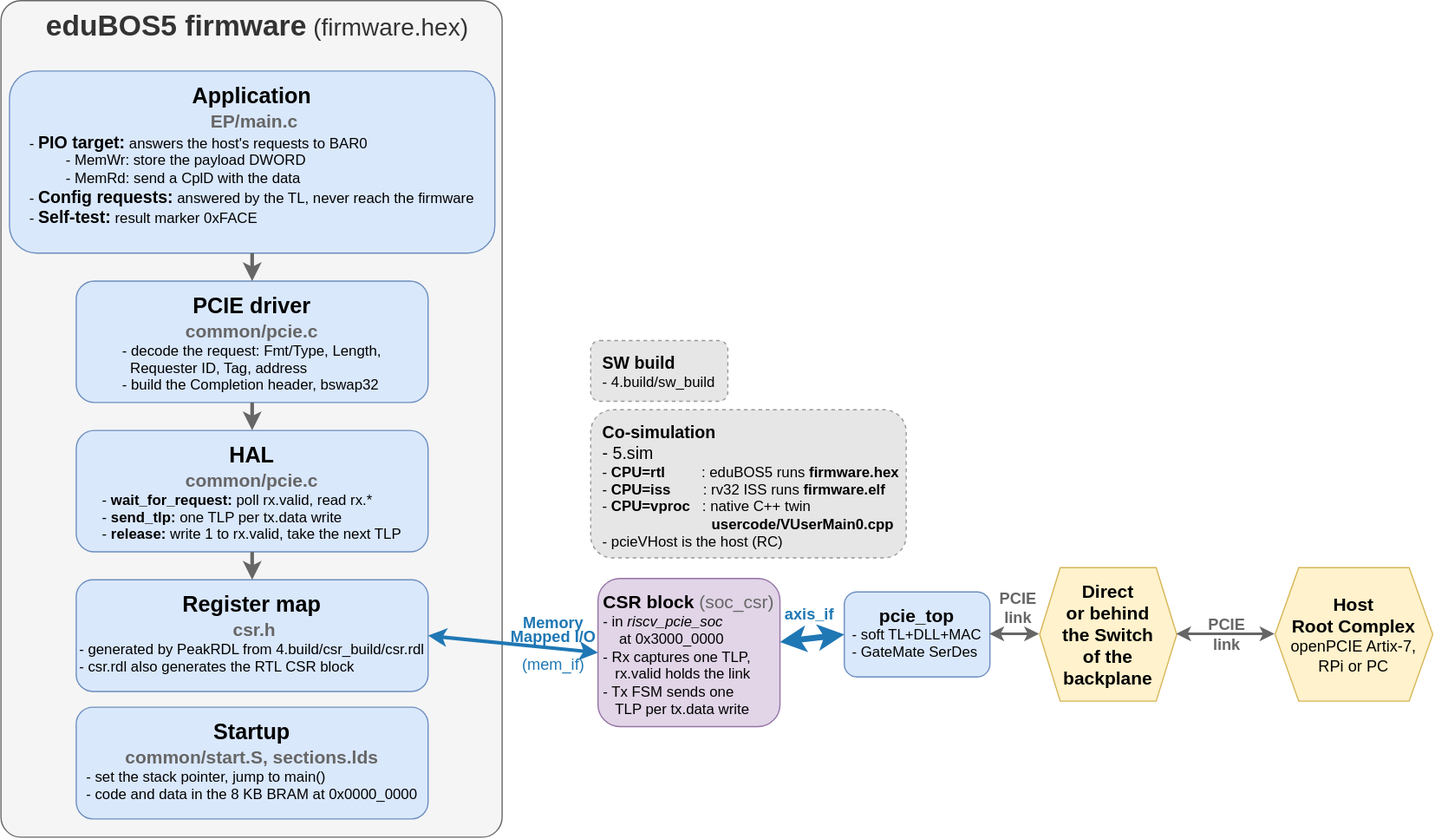
This is 0.doc/3.sw/sw-structure.drawio.svg from chili-chips-ba/openCologne-PCIE, a draw.io export, as it was before one commit. Source tidied: cells renumbered, new cells last; positions are measured from the earlier drawing's top-left corner, leaving out a move shared by most shapes.
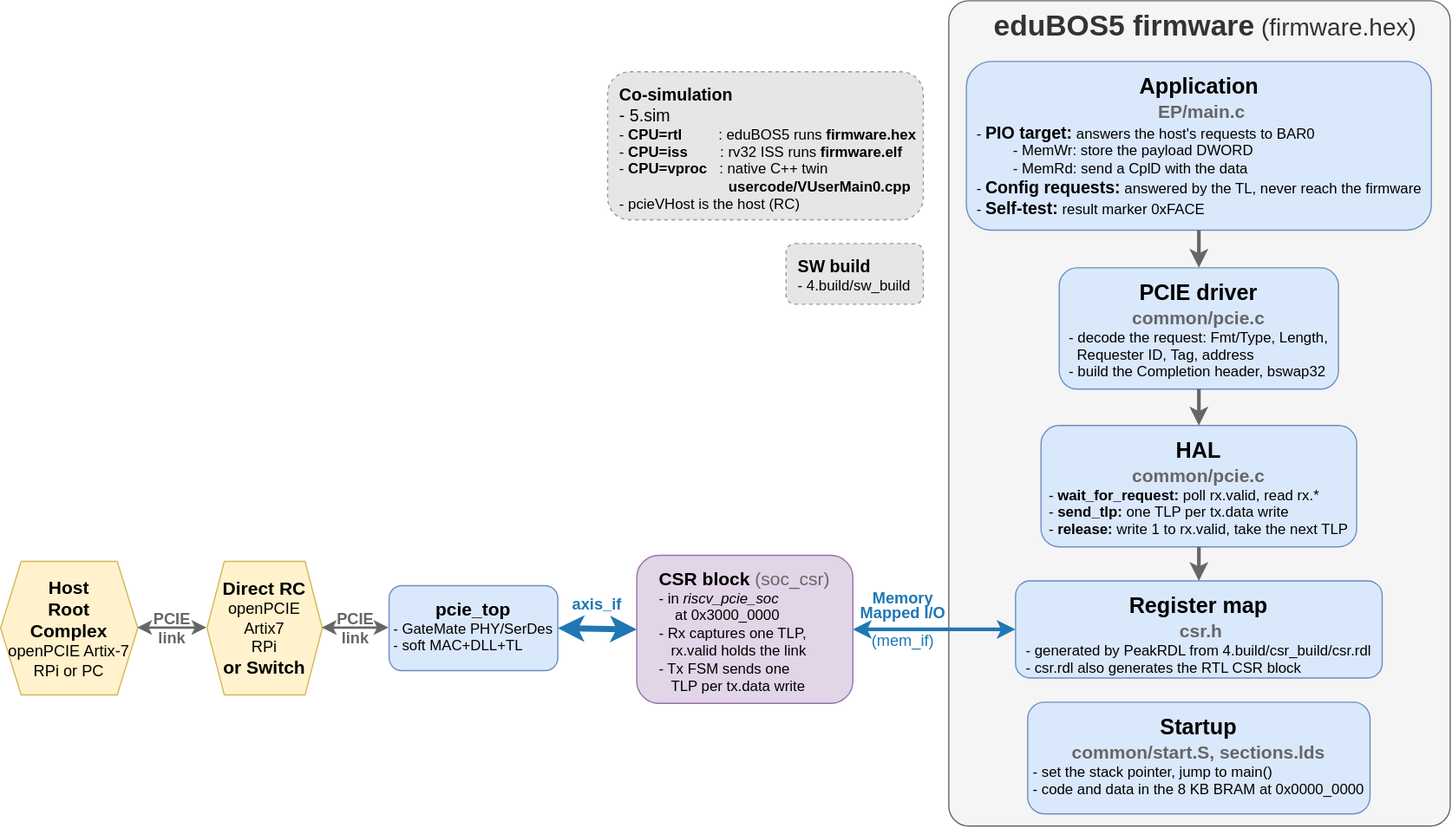
After the change.

The edit, as a diff of the source:
```diff
@@ -3,22 +3,22 @@
     <mxCell id="0" />
     <mxCell id="1" parent="0" />
     <mxCell id="2" value="&lt;div&gt;&lt;font style=&quot;background-color: transparent; color: rgb(51, 51, 51); font-size: 24px;&quot;&gt;eduBOS5 firmware&lt;/font&gt;&lt;font style=&quot;background-color: transparent; font-size: 20px; color: rgb(51, 51, 51);&quot;&gt; &lt;span style=&quot;font-weight: normal;&quot;&gt;(firmware.hex)&lt;/span&gt;&lt;/font&gt;&lt;/div&gt;" style="rounded=1;arcSize=4;whiteSpace=wrap;html=1;fillColor=#f5f5f5;strokeColor=#666666;fontStyle=1;verticalAlign=top;align=center;spacingLeft=10;" parent="1" vertex="1">
-      <mxGeometry width="413" height="689" as="geometry" />
+      <mxGeometry x="781" y="9" width="413" height="680" as="geometry" />
     </mxCell>
     <mxCell id="3" value="&lt;b&gt;&lt;font style=&quot;font-size: 18px;&quot;&gt;Application&lt;/font&gt;&lt;/b&gt;&lt;div&gt;&lt;b&gt;&lt;font style=&quot;font-size: 15px; color: rgb(102, 102, 102);&quot;&gt;&amp;nbsp;EP/main.c&lt;/font&gt;&lt;/b&gt;&lt;div style=&quot;text-align: left;&quot;&gt;- &lt;font style=&quot;font-size: 14px;&quot;&gt;&lt;b style=&quot;&quot;&gt;PIO target:&lt;/b&gt;&lt;/font&gt; answers the host's requests to BAR0&lt;/div&gt;&lt;div style=&quot;text-align: left;&quot;&gt;&amp;nbsp; &amp;nbsp; &amp;nbsp; &amp;nbsp; &amp;nbsp;- MemWr: store the payload DWORD&lt;/div&gt;&lt;div style=&quot;text-align: left;&quot;&gt;&amp;nbsp; &amp;nbsp; &amp;nbsp; &amp;nbsp; &amp;nbsp;- MemRd: send a CplD with the data&lt;/div&gt;&lt;div style=&quot;text-align: left;&quot;&gt;- &lt;b&gt;&lt;font style=&quot;font-size: 14px;&quot;&gt;Config requests:&lt;/font&gt;&lt;/b&gt; answered by the TL, never reach the firmware&lt;br&gt;- &lt;b&gt;&lt;font style=&quot;font-size: 14px;&quot;&gt;Self-test:&lt;/font&gt;&lt;/b&gt; result marker 0xFACE&lt;/div&gt;&lt;/div&gt;" style="rounded=1;whiteSpace=wrap;html=1;fillColor=#dae8fc;strokeColor=#6c8ebf;align=center;verticalAlign=top;spacingTop=4;" parent="1" vertex="1">
-      <mxGeometry x="7" y="58" width="400" height="150" as="geometry" />
+      <mxGeometry x="795.5" y="59" width="383" height="139" as="geometry" />
     </mxCell>
     <mxCell id="4" value="&lt;b&gt;&lt;font style=&quot;font-size: 18px;&quot;&gt;PCIE driver&lt;/font&gt;&lt;/b&gt;&lt;div&gt;&lt;b&gt;&lt;font style=&quot;font-size: 15px; color: rgb(102, 102, 102);&quot;&gt;common/pcie.c&lt;/font&gt;&lt;/b&gt;&lt;div style=&quot;text-align: left;&quot;&gt;- decode the request: Fmt/Type, Length,&lt;br&gt;&amp;nbsp; Requester ID, Tag, address&lt;br&gt;- build the Completion header, bswap32&lt;/div&gt;&lt;/div&gt;" style="rounded=1;whiteSpace=wrap;html=1;fillColor=#dae8fc;strokeColor=#6c8ebf;align=center;verticalAlign=top;spacingTop=4;" parent="1" vertex="1">
-      <mxGeometry x="62" y="231" width="290" height="100" as="geometry" />
+      <mxGeometry x="872" y="229" width="230" height="100" as="geometry" />
     </mxCell>
     <mxCell id="5" value="&lt;b&gt;&lt;font style=&quot;font-size: 18px;&quot;&gt;HAL&lt;/font&gt;&lt;/b&gt;&lt;div&gt;&lt;b&gt;&lt;font style=&quot;font-size: 15px; color: rgb(102, 102, 102);&quot;&gt;common/pcie.c&lt;/font&gt;&lt;/b&gt;&lt;div style=&quot;text-align: left;&quot;&gt;- &lt;b&gt;wait_for_request:&lt;/b&gt; poll rx.valid, read rx.*&lt;br&gt;- &lt;b&gt;send_tlp:&lt;/b&gt; one TLP per tx.data write&lt;/div&gt;&lt;div style=&quot;text-align: left;&quot;&gt;- &lt;b&gt;release:&lt;/b&gt; write 1 to rx.valid, take the next TLP&lt;/div&gt;&lt;/div&gt;" style="rounded=1;whiteSpace=wrap;html=1;fillColor=#dae8fc;strokeColor=#6c8ebf;align=center;verticalAlign=top;spacingTop=4;" parent="1" vertex="1">
-      <mxGeometry x="62" y="354" width="290" height="100" as="geometry" />
+      <mxGeometry x="857" y="359" width="260" height="100" as="geometry" />
     </mxCell>
     <mxCell id="6" value="&lt;b&gt;&lt;font style=&quot;font-size: 18px;&quot;&gt;Register map&lt;/font&gt;&lt;/b&gt;&lt;div&gt;&lt;b&gt;&lt;font style=&quot;font-size: 15px;&quot;&gt;&amp;nbsp;&lt;span style=&quot;color: rgb(102, 102, 102);&quot;&gt;csr.h&lt;/span&gt;&lt;/font&gt;&lt;/b&gt;&lt;div style=&quot;text-align: left;&quot;&gt;- generated by PeakRDL from 4.build/csr_build/csr.rdl&lt;br&gt;- csr.rdl also generates the RTL CSR block&lt;/div&gt;&lt;/div&gt;" style="rounded=1;whiteSpace=wrap;html=1;fillColor=#dae8fc;strokeColor=#6c8ebf;align=center;verticalAlign=top;spacingTop=4;" parent="1" vertex="1">
-      <mxGeometry x="62" y="477" width="290" height="92" as="geometry" />
+      <mxGeometry x="836" y="487" width="302" height="80" as="geometry" />
     </mxCell>
     <mxCell id="7" value="&lt;b&gt;&lt;font style=&quot;font-size: 18px;&quot;&gt;Startup&lt;/font&gt;&lt;/b&gt;&lt;div&gt;&lt;b&gt;&lt;font style=&quot;font-size: 15px; color: rgb(102, 102, 102);&quot;&gt;common/start.S, sections.lds&lt;/font&gt;&lt;/b&gt;&lt;div style=&quot;text-align: left;&quot;&gt;- set the stack pointer, jump to main()&lt;br&gt;- code and data in the 8 KB BRAM at 0x0000_0000&lt;/div&gt;&lt;/div&gt;" style="rounded=1;whiteSpace=wrap;html=1;fillColor=#dae8fc;strokeColor=#6c8ebf;align=center;verticalAlign=top;spacingTop=4;" parent="1" vertex="1">
-      <mxGeometry x="62" y="582" width="290" height="92" as="geometry" />
+      <mxGeometry x="846" y="587" width="282" height="92" as="geometry" />
     </mxCell>
     <mxCell id="8" style="endArrow=classic;html=1;strokeWidth=3;strokeColor=#666666;fontColor=#666666;labelBackgroundColor=none;fontStyle=1;fontSize=13;" parent="1" edge="1" source="3" target="4">
       <mxGeometry relative="1" as="geometry" />
@@ -30,33 +30,33 @@
       <mxGeometry relative="1" as="geometry" />
     </mxCell>
     <mxCell id="11" value="&lt;font style=&quot;font-size: 15px;&quot;&gt;&lt;b&gt;CSR block &lt;/b&gt;&lt;span style=&quot;color: rgb(102, 102, 102);&quot;&gt;(soc_csr)&lt;/span&gt;&lt;/font&gt;&lt;div style=&quot;text-align: left;&quot;&gt;- in &lt;i&gt;riscv_pcie_soc&lt;/i&gt;&lt;/div&gt;&lt;div style=&quot;text-align: left;&quot;&gt;&amp;nbsp; &amp;nbsp; at 0x3000_0000&lt;br&gt;- Rx captures one TLP,&lt;/div&gt;&lt;div style=&quot;text-align: left;&quot;&gt;&amp;nbsp; &amp;nbsp;rx.valid holds the link&lt;br&gt;- Tx FSM sends one&lt;/div&gt;&lt;div style=&quot;text-align: left;&quot;&gt;&amp;nbsp; &amp;nbsp;TLP per tx.data write&lt;/div&gt;" style="rounded=1;whiteSpace=wrap;html=1;fillColor=#e1d5e7;strokeColor=#9673a6;align=center;verticalAlign=top;spacingTop=4;" parent="1" vertex="1">
-      <mxGeometry x="492" y="476" width="150" height="122" as="geometry" />
+      <mxGeometry x="524" y="466" width="178" height="122" as="geometry" />
     </mxCell>
-    <mxCell id="12" value="&lt;b&gt;&lt;font style=&quot;font-size: 15px;&quot;&gt;pcie_top&lt;/font&gt;&lt;/b&gt;&lt;div style=&quot;text-align: left;&quot;&gt;- soft TL+DLL+MAC&lt;br&gt;- GateMate SerDes&lt;/div&gt;" style="rounded=1;whiteSpace=wrap;html=1;fillColor=#dae8fc;strokeColor=#6c8ebf;align=center;verticalAlign=top;spacingTop=4;" parent="1" vertex="1">
-      <mxGeometry x="695" y="487" width="120" height="70" as="geometry" />
+    <mxCell id="12" value="&lt;b&gt;&lt;font style=&quot;font-size: 15px;&quot;&gt;pcie_top&lt;/font&gt;&lt;/b&gt;&lt;div style=&quot;text-align: left;&quot;&gt;- GateMate PHY/SerDes&lt;/div&gt;&lt;div style=&quot;text-align: left;&quot;&gt;- soft MAC+DLL+TL&lt;br&gt;&lt;/div&gt;" style="rounded=1;whiteSpace=wrap;html=1;fillColor=#dae8fc;strokeColor=#6c8ebf;align=center;verticalAlign=top;spacingTop=4;" parent="1" vertex="1">
+      <mxGeometry x="320" y="491" width="139" height="70" as="geometry" />
     </mxCell>
-    <mxCell id="13" value="&lt;div&gt;&lt;b style=&quot;background-color: transparent; color: light-dark(rgb(0, 0, 0), rgb(255, 255, 255));&quot;&gt;&lt;font style=&quot;font-size: 15px;&quot;&gt;Direct&lt;/font&gt;&lt;/b&gt;&lt;/div&gt;&lt;div&gt;&lt;b style=&quot;background-color: transparent; color: light-dark(rgb(0, 0, 0), rgb(255, 255, 255));&quot;&gt;&lt;font style=&quot;font-size: 15px;&quot;&gt;or behind&lt;/font&gt;&lt;/b&gt;&lt;/div&gt;&lt;div&gt;&lt;b style=&quot;background-color: transparent; color: light-dark(rgb(0, 0, 0), rgb(255, 255, 255));&quot;&gt;&lt;font style=&quot;font-size: 15px;&quot;&gt;the Switch&lt;/font&gt;&lt;/b&gt;&lt;/div&gt;&lt;div&gt;&lt;b style=&quot;background-color: transparent; color: light-dark(rgb(0, 0, 0), rgb(255, 255, 255));&quot;&gt;&lt;font style=&quot;font-size: 15px;&quot;&gt;of the backplane&lt;/font&gt;&lt;/b&gt;&lt;/div&gt;" style="shape=hexagon;perimeter=hexagonPerimeter2;size=0.15;whiteSpace=wrap;html=1;fillColor=#fff2cc;strokeColor=#d6b656;points=[[0,0.25,1,0,0],[0,0.5,1,0,0],[0,0.75,1,0,0],[0.375,0,1,0,0],[0.375,1,1,0,0],[0.5,0,1,0,0],[0.5,1,1,0,0],[0.625,0,1,0,0],[0.858407,0,0,0,0],[0.858407,1,0,0,0],[0.938053,0.281818,0,0,0],[1,0.75,1,0,0]];" parent="1" vertex="1">
-      <mxGeometry x="856" y="467" width="113" height="110" as="geometry" />
+    <mxCell id="13" value="&lt;div&gt;&lt;b style=&quot;background-color: transparent; color: light-dark(rgb(0, 0, 0), rgb(255, 255, 255));&quot;&gt;&lt;font style=&quot;font-size: 15px;&quot;&gt;Direct RC&lt;/font&gt;&lt;/b&gt;&lt;/div&gt;&lt;div&gt;&lt;div&gt;&lt;font style=&quot;font-size: 13px;&quot;&gt;openPCIE Artix7&lt;/font&gt;&lt;/div&gt;&lt;div&gt;&lt;font style=&quot;font-size: 13px;&quot;&gt;RPi&lt;/font&gt;&lt;/div&gt;&lt;/div&gt;&lt;div&gt;&lt;b style=&quot;background-color: transparent; color: light-dark(rgb(0, 0, 0), rgb(255, 255, 255));&quot;&gt;&lt;font style=&quot;font-size: 15px;&quot;&gt;or&amp;nbsp;&lt;/font&gt;&lt;/b&gt;&lt;b style=&quot;background-color: transparent; color: light-dark(rgb(0, 0, 0), rgb(255, 255, 255));&quot;&gt;&lt;font style=&quot;font-size: 15px;&quot;&gt;Switch&lt;/font&gt;&lt;/b&gt;&lt;/div&gt;" style="shape=hexagon;perimeter=hexagonPerimeter2;size=0.15;whiteSpace=wrap;html=1;fillColor=#fff2cc;strokeColor=#d6b656;points=[[0,0.25,1,0,0],[0,0.5,1,0,0],[0,0.75,1,0,0],[0.375,0,1,0,0],[0.375,1,1,0,0],[0.5,0,1,0,0],[0.5,1,1,0,0],[0.625,0,1,0,0],[0.858407,0,0,0,0],[0.858407,1,0,0,0],[0.938053,0.281818,0,0,0],[1,0.75,1,0,0]];" parent="1" vertex="1">
+      <mxGeometry x="170" y="471" width="95" height="110" as="geometry" />
     </mxCell>
-    <mxCell id="14" value="&lt;div style=&quot;line-height: 90%;&quot;&gt;Memory&lt;div&gt;Mapped I/O&lt;div&gt;&lt;font style=&quot;font-size: 7px; line-height: 90%;&quot;&gt;&amp;nbsp; &amp;nbsp;&lt;/font&gt;&lt;br&gt;&lt;div&gt;&lt;span style=&quot;font-weight: normal;&quot;&gt;(mem_if)&lt;/span&gt;&lt;/div&gt;&lt;/div&gt;&lt;/div&gt;&lt;/div&gt;" style="endArrow=classic;html=1;strokeWidth=3;strokeColor=#1f77b4;fontColor=#1f77b4;labelBackgroundColor=none;fontStyle=1;fontSize=13;startArrow=classic;entryX=0;entryY=0.5;entryDx=0;entryDy=0;exitX=1;exitY=0.5;exitDx=0;exitDy=0;" parent="1" edge="1" source="6" target="11">
-      <mxGeometry x="0.46" y="3" relative="1" as="geometry" />
+    <mxCell id="14" value="&lt;div style=&quot;line-height: 90%;&quot;&gt;Memory&lt;div&gt;Mapped I/O&lt;div&gt;&lt;font style=&quot;font-size: 7px; line-height: 90%;&quot;&gt;&amp;nbsp; &amp;nbsp;&lt;/font&gt;&lt;br&gt;&lt;div&gt;&lt;span style=&quot;font-weight: normal;&quot;&gt;(mem_if)&lt;/span&gt;&lt;/div&gt;&lt;/div&gt;&lt;/div&gt;&lt;/div&gt;" style="endArrow=classic;html=1;strokeWidth=3;strokeColor=#1f77b4;fontColor=#1f77b4;labelBackgroundColor=none;fontStyle=1;fontSize=13;startArrow=classic;entryX=1;entryY=0.5;entryDx=0;entryDy=0;exitX=0;exitY=0.5;exitDx=0;exitDy=0;" parent="1" edge="1" source="6" target="11">
+      <mxGeometry x="0.39" y="-8" relative="1" as="geometry" />
     </mxCell>
-    <mxCell id="15" value="axis_if" style="endArrow=classic;html=1;strokeWidth=5;strokeColor=#1f77b4;fontColor=#1f77b4;labelBackgroundColor=none;fontStyle=1;fontSize=13;startArrow=classic;entryX=0;entryY=0.5;entryDx=0;entryDy=0;" parent="1" edge="1" source="11" target="12">
-      <mxGeometry y="20" relative="1" as="geometry" />
+    <mxCell id="15" value="axis_if" style="endArrow=classic;html=1;strokeWidth=5;strokeColor=#1f77b4;fontColor=#1f77b4;labelBackgroundColor=none;fontStyle=1;fontSize=13;startArrow=classic;entryX=1;entryY=0.5;entryDx=0;entryDy=0;exitX=0;exitY=0.5;exitDx=0;exitDy=0;" parent="1" edge="1" source="11" target="12">
+      <mxGeometry y="-20" relative="1" as="geometry" />
     </mxCell>
-    <mxCell id="16" value="PCIE&lt;div&gt;link&lt;/div&gt;" style="endArrow=classic;html=1;strokeWidth=2;strokeColor=#666666;fontColor=#666666;labelBackgroundColor=none;fontStyle=1;fontSize=13;startArrow=classic;exitX=1;exitY=0.5;exitDx=0;exitDy=0;entryX=0;entryY=0.5;entryDx=0;entryDy=0;" parent="1" edge="1" source="12" target="13">
-      <mxGeometry x="0.11" y="22" relative="1" as="geometry" />
+    <mxCell id="16" value="PCIE&lt;div&gt;link&lt;/div&gt;" style="endArrow=classic;html=1;strokeWidth=2;strokeColor=#666666;fontColor=#666666;labelBackgroundColor=none;fontStyle=1;fontSize=13;startArrow=classic;exitX=0;exitY=0.5;exitDx=0;exitDy=0;entryX=1;entryY=0.5;entryDx=0;entryDy=0;" parent="1" edge="1" source="12" target="13">
+      <mxGeometry relative="1" as="geometry" />
     </mxCell>
     <mxCell id="17" value="&lt;b&gt;&lt;font style=&quot;font-size: 14px;&quot;&gt;Co-simulation&lt;/font&gt;&lt;/b&gt;&lt;div&gt;&lt;span style=&quot;font-size: 14px;&quot;&gt;- 5.sim&lt;br&gt;&lt;/span&gt;&lt;div style=&quot;text-align: left;&quot;&gt;- &lt;b&gt;CPU=rtl&amp;nbsp; &amp;nbsp; &amp;nbsp; &amp;nbsp; &amp;nbsp;&lt;/b&gt;: eduBOS5 runs &lt;b&gt;firmware.hex&lt;/b&gt;&lt;br&gt;- &lt;b&gt;CPU=iss&amp;nbsp; &amp;nbsp; &amp;nbsp; &amp;nbsp;&amp;nbsp;&lt;/b&gt;: rv32 ISS runs &lt;b&gt;firmware.elf&lt;/b&gt;&lt;br&gt;- &lt;b&gt;CPU=vproc&amp;nbsp; &amp;nbsp;&lt;/b&gt;: native C++&amp;nbsp;&lt;span style=&quot;background-color: transparent; color: light-dark(rgb(0, 0, 0), rgb(255, 255, 255));&quot;&gt;twin&lt;/span&gt;&lt;/div&gt;&lt;div style=&quot;text-align: left;&quot;&gt;&lt;span style=&quot;background-color: transparent; color: light-dark(rgb(0, 0, 0), rgb(255, 255, 255));&quot;&gt;&amp;nbsp; &amp;nbsp; &amp;nbsp; &amp;nbsp; &amp;nbsp; &amp;nbsp; &amp;nbsp; &amp;nbsp; &amp;nbsp; &amp;nbsp; &amp;nbsp; &amp;nbsp; &amp;nbsp; &amp;nbsp;&lt;b&gt;usercode/VUserMain0.cpp&lt;/b&gt;&lt;/span&gt;&lt;/div&gt;&lt;div style=&quot;text-align: left;&quot;&gt;- pcieVHost is the host (RC)&lt;/div&gt;&lt;/div&gt;" style="rounded=1;whiteSpace=wrap;html=1;fillColor=#E6E6E6;strokeColor=#999999;dashed=1;align=left;verticalAlign=top;spacingLeft=8;spacingTop=4;" parent="1" vertex="1">
-      <mxGeometry x="486" y="337" width="260" height="122" as="geometry" />
+      <mxGeometry x="500" y="67.5" width="260" height="122" as="geometry" />
     </mxCell>
     <mxCell id="18" value="&lt;b&gt;&lt;font style=&quot;font-size: 14px;&quot;&gt;SW build&lt;/font&gt;&lt;/b&gt;&lt;div style=&quot;text-align: left;&quot;&gt;-&amp;nbsp;&lt;span style=&quot;background-color: transparent; color: light-dark(rgb(0, 0, 0), rgb(255, 255, 255));&quot;&gt;4.build/sw_build&lt;/span&gt;&lt;/div&gt;" style="rounded=1;whiteSpace=wrap;html=1;fillColor=#E6E6E6;strokeColor=#999999;dashed=1;align=left;verticalAlign=top;spacingLeft=8;spacingTop=4;" parent="1" vertex="1">
-      <mxGeometry x="486" y="280" width="113" height="50" as="geometry" />
+      <mxGeometry x="647" y="209" width="113" height="50" as="geometry" />
     </mxCell>
-    <mxCell id="19" value="&lt;div&gt;&lt;b&gt;&lt;font style=&quot;font-size: 15px;&quot;&gt;Host&lt;/font&gt;&lt;/b&gt;&lt;/div&gt;&lt;div&gt;&lt;b&gt;&lt;font style=&quot;font-size: 15px;&quot;&gt;Root Complex&lt;/font&gt;&lt;/b&gt;&lt;/div&gt;&lt;div&gt;&lt;font style=&quot;font-size: 13px;&quot;&gt;openPCIE Artix-7,&lt;/font&gt;&lt;/div&gt;&lt;div&gt;&lt;font style=&quot;font-size: 13px;&quot;&gt;RPi or PC&lt;/font&gt;&lt;/div&gt;" style="shape=hexagon;perimeter=hexagonPerimeter2;size=0.15;whiteSpace=wrap;html=1;fillColor=#fff2cc;strokeColor=#d6b656;points=[[0,0.25,1,0,0],[0,0.5,1,0,0],[0,0.75,1,0,0],[0.375,0,1,0,0],[0.375,1,1,0,0],[0.5,0,1,0,0],[0.5,1,1,0,0],[0.625,0,1,0,0],[0.858407,0,0,0,0],[0.858407,1,0,0,0],[0.938053,0.281818,0,0,0],[1,0.75,1,0,0]];" parent="1" vertex="1">
-      <mxGeometry x="1050" y="467" width="130" height="110" as="geometry" />
+    <mxCell id="19" value="&lt;div&gt;&lt;b&gt;&lt;font style=&quot;font-size: 15px;&quot;&gt;Host&lt;/font&gt;&lt;/b&gt;&lt;/div&gt;&lt;div&gt;&lt;b&gt;&lt;font style=&quot;font-size: 15px;&quot;&gt;Root&lt;/font&gt;&lt;/b&gt;&lt;/div&gt;&lt;div&gt;&lt;b&gt;&lt;font style=&quot;font-size: 15px;&quot;&gt;Complex&lt;/font&gt;&lt;/b&gt;&lt;/div&gt;&lt;div&gt;&lt;font style=&quot;font-size: 13px;&quot;&gt;openPCIE Artix-7&lt;/font&gt;&lt;/div&gt;&lt;div&gt;&lt;font style=&quot;font-size: 13px;&quot;&gt;RPi or PC&lt;/font&gt;&lt;/div&gt;" style="shape=hexagon;perimeter=hexagonPerimeter2;size=0.15;whiteSpace=wrap;html=1;fillColor=#fff2cc;strokeColor=#d6b656;points=[[0,0.25,1,0,0],[0,0.5,1,0,0],[0,0.75,1,0,0],[0.375,0,1,0,0],[0.375,1,1,0,0],[0.5,0,1,0,0],[0.5,1,1,0,0],[0.625,0,1,0,0],[0.858407,0,0,0,0],[0.858407,1,0,0,0],[0.938053,0.281818,0,0,0],[1,0.75,1,0,0]];" parent="1" vertex="1">
+      <mxGeometry y="471" width="113" height="110" as="geometry" />
     </mxCell>
-    <mxCell id="20" value="PCIE&lt;div&gt;link&lt;/div&gt;" style="endArrow=classic;html=1;strokeWidth=2;strokeColor=#666666;fontColor=#666666;labelBackgroundColor=none;fontStyle=1;fontSize=13;startArrow=classic;exitX=1;exitY=0.5;exitDx=0;exitDy=0;entryX=0;entryY=0.5;entryDx=0;entryDy=0;" parent="1" edge="1" source="13" target="19">
+    <mxCell id="20" value="PCIE&lt;div&gt;link&lt;/div&gt;" style="endArrow=classic;html=1;strokeWidth=2;strokeColor=#666666;fontColor=#666666;labelBackgroundColor=none;fontStyle=1;fontSize=13;startArrow=classic;exitX=0;exitY=0.5;exitDx=0;exitDy=0;entryX=1;entryY=0.5;entryDx=0;entryDy=0;" parent="1" edge="1" source="13" target="19">
       <mxGeometry relative="1" as="geometry" />
     </mxCell>
   </root>
```
